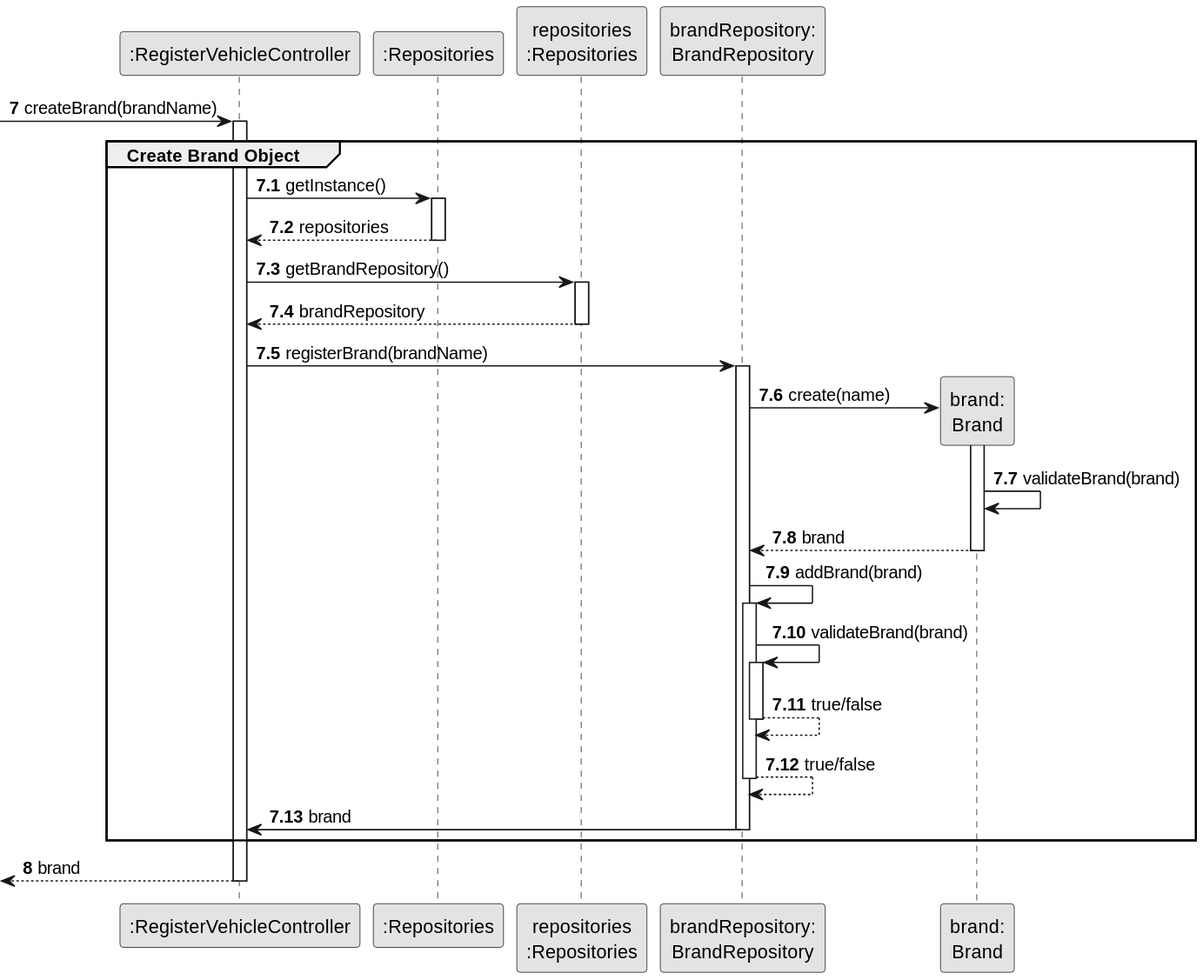
Above: docs/sprint2/us06/03.design/svg/us06-sequence-diagram-partial-create-brand.svg in Departamento-de-Engenharia-Informatica/lei-24-s2-1db-g022 (PlantUML), before the change.
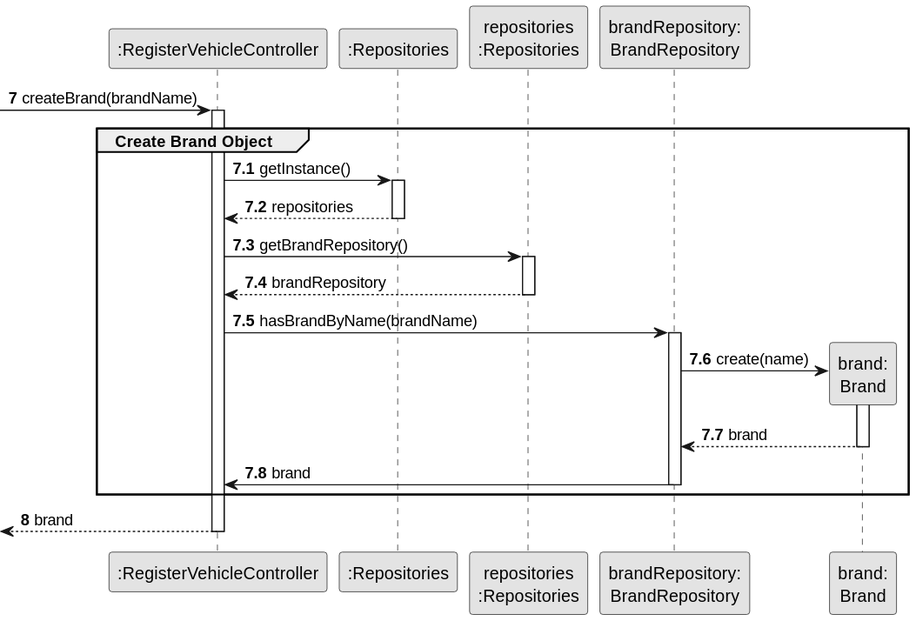
After the commit.

Change to the diagram source:
```diff
@@ -28,7 +28,7 @@
                 PLAT --> CTRL : brandRepository
             deactivate PLAT
 
-        CTRL -> BR : registerBrand(brandName)
+        CTRL -> BR : hasBrandByName(brandName)
 
         activate BR
 
@@ -36,21 +36,9 @@
 
             activate Brand
 
-                Brand -> Brand: validateBrand(brand)
                 Brand --> BR : brand
 
             deactivate Brand
-
-        BR -> BR: addBrand(brand)
-
-        activate BR
-            BR -> BR: validateBrand(brand)
-            activate BR
-                BR --> BR : true/false
-            deactivate BR
-
-            BR --> BR : true/false
-        deactivate BR
 
             BR -> CTRL : brand
         deactivate BR
```
